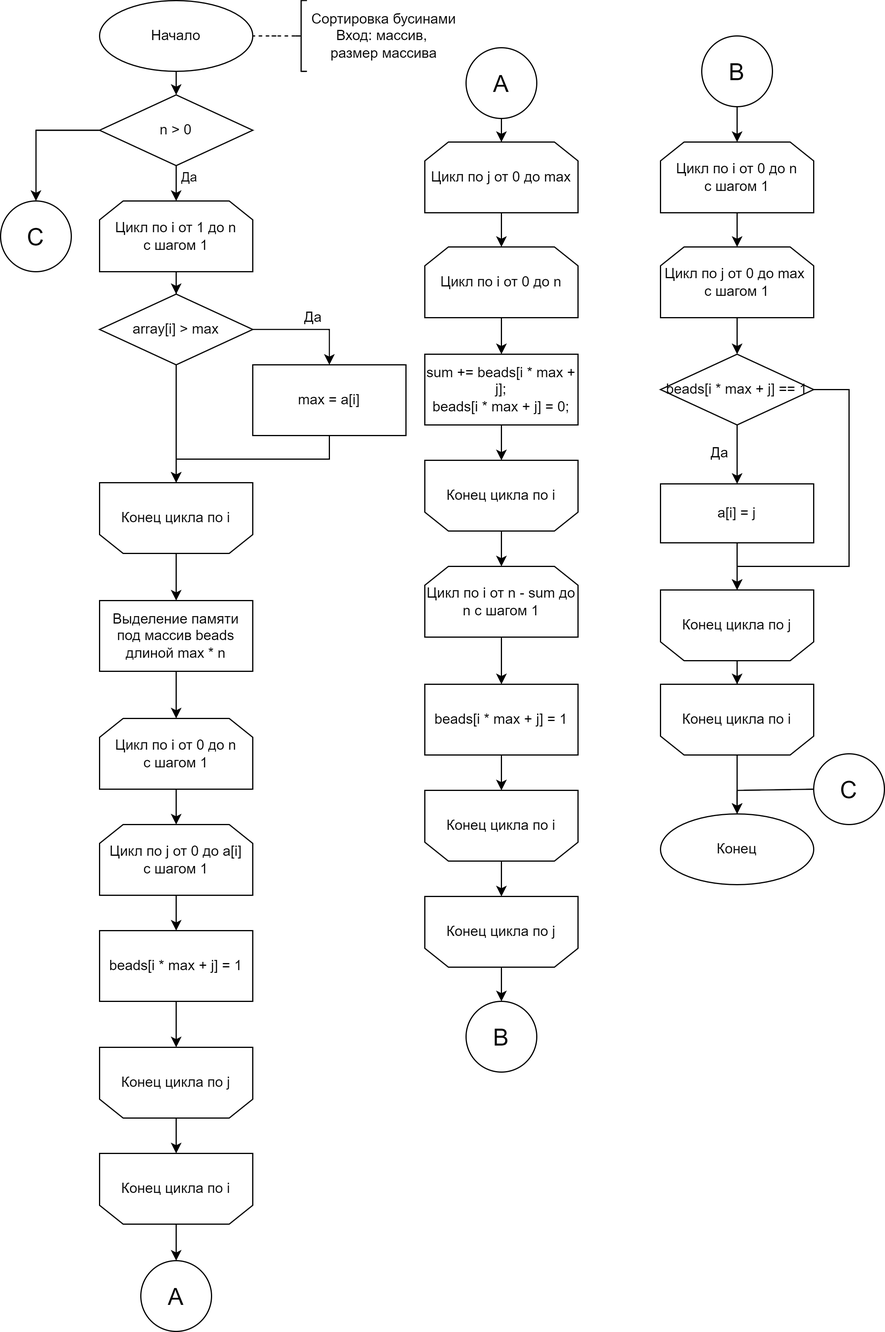
Above: lab_03/docs/img/bead.png in Mansurow/bmstu-iu7-5sem-AA (draw.io), before the change. Source tidied: cells renumbered, new cells last; positions are measured from the earlier drawing's top-left corner, leaving out a move shared by most shapes.
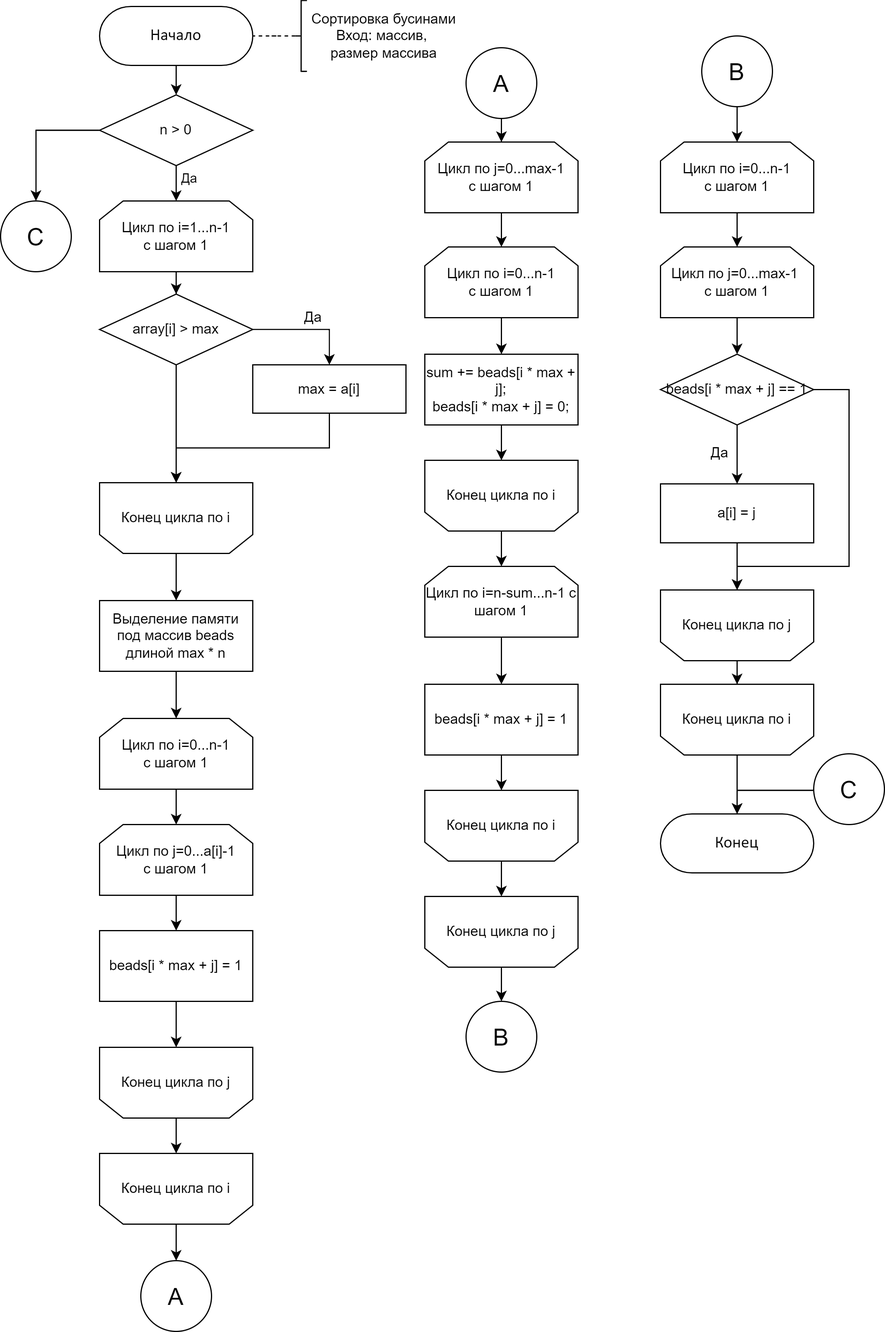
Later version of the same file.

What changed in the source:
```diff
@@ -2,19 +2,13 @@
   <root>
     <mxCell id="0" />
     <mxCell id="1" parent="0" />
-    <mxCell id="2" style="edgeStyle=orthogonalEdgeStyle;rounded=0;jettySize=auto;html=1;exitX=0.5;exitY=1;exitDx=0;exitDy=0;exitPerimeter=0;entryX=0.5;entryY=0;entryDx=0;entryDy=0;fontSize=20;" parent="1" edge="1" source="3" target="66">
+    <mxCell id="2" style="edgeStyle=orthogonalEdgeStyle;rounded=0;jettySize=auto;html=1;entryX=0.5;entryY=0;entryDx=0;entryDy=0;fontSize=20;" parent="1" edge="1" source="3" target="66">
       <mxGeometry relative="1" as="geometry" />
     </mxCell>
-    <mxCell id="3" value="Начало" style="strokeWidth=1;html=1;shape=mxgraph.flowchart.start_1;whiteSpace=wrap;" parent="1" vertex="1">
-      <mxGeometry x="84" width="130" height="60" as="geometry" />
-    </mxCell>
-    <mxCell id="4" value="Конец" style="strokeWidth=1;html=1;shape=mxgraph.flowchart.start_1;whiteSpace=wrap;" parent="1" vertex="1">
-      <mxGeometry x="560" y="690" width="130" height="60" as="geometry" />
-    </mxCell>
     <mxCell id="5" style="edgeStyle=orthogonalEdgeStyle;rounded=0;jettySize=auto;html=1;exitX=0.5;exitY=1;exitDx=0;exitDy=0;" parent="1" edge="1" source="6" target="12">
       <mxGeometry relative="1" as="geometry" />
     </mxCell>
-    <mxCell id="6" value="Цикл по i от 1 до n&lt;br&gt;с шагом 1" style="shape=loopLimit;whiteSpace=wrap;html=1;" parent="1" vertex="1">
+    <mxCell id="6" value="Цикл по i=1...n-1&lt;br&gt;с шагом 1" style="shape=loopLimit;whiteSpace=wrap;html=1;" parent="1" vertex="1">
       <mxGeometry x="84" y="170" width="130" height="60" as="geometry" />
     </mxCell>
     <mxCell id="7" style="edgeStyle=orthogonalEdgeStyle;rounded=0;jettySize=auto;html=1;exitX=0.5;exitY=1;exitDx=0;exitDy=0;entryX=0.5;entryY=0;entryDx=0;entryDy=0;" parent="1" edge="1" source="8" target="16">
@@ -41,7 +35,7 @@
       <mxGeometry relative="1" as="geometry" />
     </mxCell>
     <mxCell id="14" value="max = a[i]" style="rounded=0;whiteSpace=wrap;html=1;absoluteArcSize=1;arcSize=14;strokeWidth=1;" parent="1" vertex="1">
-      <mxGeometry x="214" y="309" width="130" height="60" as="geometry" />
+      <mxGeometry x="214" y="309" width="130" height="41" as="geometry" />
     </mxCell>
     <mxCell id="15" style="edgeStyle=orthogonalEdgeStyle;rounded=0;jettySize=auto;html=1;exitX=0.5;exitY=1;exitDx=0;exitDy=0;" parent="1" edge="1" source="16" target="18">
       <mxGeometry relative="1" as="geometry" />
@@ -52,13 +46,13 @@
     <mxCell id="17" style="edgeStyle=orthogonalEdgeStyle;rounded=0;jettySize=auto;html=1;exitX=0.5;exitY=1;exitDx=0;exitDy=0;" parent="1" edge="1" source="18" target="20">
       <mxGeometry relative="1" as="geometry" />
     </mxCell>
-    <mxCell id="18" value="Цикл по i от 0 до n&lt;br&gt;с шагом 1" style="shape=loopLimit;whiteSpace=wrap;html=1;" parent="1" vertex="1">
+    <mxCell id="18" value="Цикл по i=0...n-1&lt;br&gt;с шагом 1" style="shape=loopLimit;whiteSpace=wrap;html=1;" parent="1" vertex="1">
       <mxGeometry x="84" y="609" width="130" height="60" as="geometry" />
     </mxCell>
     <mxCell id="19" style="edgeStyle=orthogonalEdgeStyle;rounded=0;jettySize=auto;html=1;exitX=0.5;exitY=1;exitDx=0;exitDy=0;" parent="1" edge="1" source="20" target="26">
       <mxGeometry relative="1" as="geometry" />
     </mxCell>
-    <mxCell id="20" value="Цикл по j от 0 до a[i]&lt;br&gt;с шагом 1" style="shape=loopLimit;whiteSpace=wrap;html=1;" parent="1" vertex="1">
+    <mxCell id="20" value="Цикл по j=0...a[i]-1&lt;br&gt;с шагом 1" style="shape=loopLimit;whiteSpace=wrap;html=1;" parent="1" vertex="1">
       <mxGeometry x="84" y="699" width="130" height="60" as="geometry" />
     </mxCell>
     <mxCell id="21" style="edgeStyle=orthogonalEdgeStyle;rounded=0;jettySize=auto;html=1;exitX=0.5;exitY=1;exitDx=0;exitDy=0;" parent="1" edge="1" source="22" target="24">
@@ -82,7 +76,7 @@
     <mxCell id="27" style="edgeStyle=orthogonalEdgeStyle;rounded=0;jettySize=auto;html=1;exitX=0.5;exitY=1;exitDx=0;exitDy=0;entryX=0.5;entryY=0;entryDx=0;entryDy=0;" parent="1" edge="1" source="28" target="32">
       <mxGeometry relative="1" as="geometry" />
     </mxCell>
-    <mxCell id="28" value="Цикл по j от 0 до max" style="shape=loopLimit;whiteSpace=wrap;html=1;" parent="1" vertex="1">
+    <mxCell id="28" value="Цикл по j=0...max-1&lt;br&gt;с шагом 1" style="shape=loopLimit;whiteSpace=wrap;html=1;" parent="1" vertex="1">
       <mxGeometry x="360" y="120" width="130" height="60" as="geometry" />
     </mxCell>
     <mxCell id="29" style="edgeStyle=orthogonalEdgeStyle;rounded=0;jettySize=auto;html=1;exitX=0.5;exitY=1;exitDx=0;exitDy=0;fontSize=20;" parent="1" edge="1" source="30" target="60">
@@ -94,7 +88,7 @@
     <mxCell id="31" style="edgeStyle=orthogonalEdgeStyle;rounded=0;jettySize=auto;html=1;exitX=0.5;exitY=1;exitDx=0;exitDy=0;entryX=0.5;entryY=0;entryDx=0;entryDy=0;" parent="1" edge="1" source="32" target="42">
       <mxGeometry relative="1" as="geometry" />
     </mxCell>
-    <mxCell id="32" value="Цикл по i от 0 до n" style="shape=loopLimit;whiteSpace=wrap;html=1;" parent="1" vertex="1">
+    <mxCell id="32" value="Цикл по i=0...n-1&lt;br&gt;с шагом 1" style="shape=loopLimit;whiteSpace=wrap;html=1;" parent="1" vertex="1">
       <mxGeometry x="360" y="209" width="130" height="60" as="geometry" />
     </mxCell>
     <mxCell id="33" style="edgeStyle=orthogonalEdgeStyle;rounded=0;jettySize=auto;html=1;exitX=0.5;exitY=1;exitDx=0;exitDy=0;entryX=0.5;entryY=0;entryDx=0;entryDy=0;" parent="1" edge="1" source="34" target="36">
@@ -106,7 +100,7 @@
     <mxCell id="35" style="edgeStyle=orthogonalEdgeStyle;rounded=0;jettySize=auto;html=1;exitX=0.5;exitY=1;exitDx=0;exitDy=0;entryX=0.5;entryY=0;entryDx=0;entryDy=0;" parent="1" edge="1" source="36" target="40">
       <mxGeometry relative="1" as="geometry" />
     </mxCell>
-    <mxCell id="36" value="Цикл по i от n - sum до n с шагом 1" style="shape=loopLimit;whiteSpace=wrap;html=1;" parent="1" vertex="1">
+    <mxCell id="36" value="Цикл по i=n-sum...n-1 с шагом 1" style="shape=loopLimit;whiteSpace=wrap;html=1;" parent="1" vertex="1">
       <mxGeometry x="360" y="480" width="130" height="60" as="geometry" />
     </mxCell>
     <mxCell id="37" style="edgeStyle=orthogonalEdgeStyle;rounded=0;jettySize=auto;html=1;exitX=0.5;exitY=1;exitDx=0;exitDy=0;entryX=0.5;entryY=0;entryDx=0;entryDy=0;" parent="1" edge="1" source="38" target="30">
@@ -139,13 +133,13 @@
     <mxCell id="46" style="edgeStyle=orthogonalEdgeStyle;rounded=0;jettySize=auto;html=1;exitX=0.5;exitY=1;exitDx=0;exitDy=0;fontSize=20;" parent="1" edge="1" source="47" target="49">
       <mxGeometry relative="1" as="geometry" />
     </mxCell>
-    <mxCell id="47" value="Цикл по i от 0 до n&lt;br&gt;с шагом 1" style="shape=loopLimit;whiteSpace=wrap;html=1;" parent="1" vertex="1">
+    <mxCell id="47" value="Цикл по i=0...n-1&lt;br&gt;с шагом 1" style="shape=loopLimit;whiteSpace=wrap;html=1;" parent="1" vertex="1">
       <mxGeometry x="560" y="120" width="130" height="60" as="geometry" />
     </mxCell>
     <mxCell id="48" style="edgeStyle=orthogonalEdgeStyle;rounded=0;jettySize=auto;html=1;exitX=0.5;exitY=1;exitDx=0;exitDy=0;entryX=0.5;entryY=0;entryDx=0;entryDy=0;fontSize=20;" parent="1" edge="1" source="49" target="53">
       <mxGeometry relative="1" as="geometry" />
     </mxCell>
-    <mxCell id="49" value="Цикл по j от 0 до max&amp;nbsp;&lt;br&gt;с шагом 1" style="shape=loopLimit;whiteSpace=wrap;html=1;" parent="1" vertex="1">
+    <mxCell id="49" value="Цикл по j=0...max-1&amp;nbsp;&lt;br&gt;с шагом 1" style="shape=loopLimit;whiteSpace=wrap;html=1;" parent="1" vertex="1">
       <mxGeometry x="560" y="209" width="130" height="60" as="geometry" />
     </mxCell>
     <mxCell id="50" style="edgeStyle=orthogonalEdgeStyle;rounded=0;jettySize=auto;html=1;exitX=0.5;exitY=1;exitDx=0;exitDy=0;entryX=0.5;entryY=0;entryDx=0;entryDy=0;fontSize=20;" parent="1" edge="1" source="53" target="59">
@@ -174,7 +168,7 @@
     <mxCell id="55" value="Конец цикла по j" style="shape=loopLimit;whiteSpace=wrap;html=1;flipV=1;" parent="1" vertex="1">
       <mxGeometry x="560" y="500" width="130" height="60" as="geometry" />
     </mxCell>
-    <mxCell id="56" style="edgeStyle=orthogonalEdgeStyle;rounded=0;jettySize=auto;html=1;exitX=0.5;exitY=1;exitDx=0;exitDy=0;entryX=0.5;entryY=0;entryDx=0;entryDy=0;entryPerimeter=0;fontSize=20;" parent="1" edge="1" source="57" target="4">
+    <mxCell id="56" style="edgeStyle=orthogonalEdgeStyle;rounded=0;jettySize=auto;html=1;exitX=0.5;exitY=1;exitDx=0;exitDy=0;fontSize=20;" parent="1" edge="1" source="57" target="4">
       <mxGeometry relative="1" as="geometry" />
     </mxCell>
     <mxCell id="57" value="Конец цикла по i" style="shape=loopLimit;whiteSpace=wrap;html=1;flipV=1;" parent="1" vertex="1">
@@ -212,7 +206,7 @@
     <mxCell id="67" value="&lt;font style=&quot;font-size: 20px;&quot;&gt;С&lt;/font&gt;" style="ellipse;whiteSpace=wrap;html=1;" parent="1" vertex="1">
       <mxGeometry y="170" width="60" height="60" as="geometry" />
     </mxCell>
-    <mxCell id="68" style="edgeStyle=orthogonalEdgeStyle;rounded=0;jettySize=auto;html=1;entryX=0.5;entryY=0;entryDx=0;entryDy=0;entryPerimeter=0;fontSize=20;exitX=0;exitY=0.5;exitDx=0;exitDy=0;" parent="1" edge="1" source="69" target="4">
+    <mxCell id="68" style="edgeStyle=orthogonalEdgeStyle;rounded=0;jettySize=auto;html=1;fontSize=20;exitX=0;exitY=0.5;exitDx=0;exitDy=0;" parent="1" edge="1" source="69" target="4">
       <mxGeometry relative="1" as="geometry">
         <Array as="points">
           <mxPoint x="690" y="670" />
@@ -223,8 +217,10 @@
     <mxCell id="69" value="&lt;span style=&quot;font-size: 20px;&quot;&gt;С&lt;/span&gt;" style="ellipse;whiteSpace=wrap;html=1;" parent="1" vertex="1">
       <mxGeometry x="690" y="639" width="60" height="60" as="geometry" />
     </mxCell>
-    <mxCell id="70" style="edgeStyle=orthogonalEdgeStyle;rounded=0;jettySize=auto;html=1;entryX=1;entryY=0.5;entryDx=0;entryDy=0;entryPerimeter=0;fontSize=12;endArrow=none;endFill=0;strokeColor=default;dashed=1;" parent="1" edge="1" source="71" target="3">
-      <mxGeometry relative="1" as="geometry" />
+    <mxCell id="70" style="edgeStyle=orthogonalEdgeStyle;rounded=0;jettySize=auto;html=1;fontSize=12;endArrow=none;endFill=0;strokeColor=default;dashed=1;" parent="1" edge="1" target="3">
+      <mxGeometry relative="1" as="geometry">
+        <mxPoint x="250" y="30" as="sourcePoint" />
+      </mxGeometry>
     </mxCell>
     <mxCell id="71" style="strokeWidth=1;html=1;shape=mxgraph.flowchart.annotation_2;align=left;labelPosition=right;rounded=0;" parent="1" vertex="1">
       <mxGeometry x="250" width="10" height="60" as="geometry" />
@@ -232,5 +228,11 @@
     <mxCell id="72" value="Сортировка бусинами&lt;br&gt;Вход: массив, &lt;br&gt;размер массива" style="text;html=1;align=center;verticalAlign=middle;strokeColor=none;fillColor=none;" parent="1" vertex="1">
       <mxGeometry x="250" width="150" height="60" as="geometry" />
     </mxCell>
+    <mxCell id="4" value="&lt;div style=&quot;&quot;&gt;&lt;font face=&quot;Calibri&quot;&gt;&lt;span style=&quot;font-size: 14px;&quot;&gt;Конец&lt;/span&gt;&lt;/font&gt;&lt;/div&gt;" style="verticalAlign=middle;align=center;vsdxID=1;fillColor=#FFFFFF;gradientColor=none;shape=(stored shape, 240 characters);strokeColor=#000000;spacingTop=-1;spacingBottom=-1;spacingLeft=-1;spacingRight=-1;points=[[0.5,0,0],[0.5,0.5,0],[1,0.5,0]];labelBackgroundColor=none;rounded=0;html=1;whiteSpace=wrap;" parent="1" vertex="1">
+      <mxGeometry x="560" y="690" width="130" height="50" as="geometry" />
+    </mxCell>
+    <mxCell id="3" value="&lt;div style=&quot;&quot;&gt;&lt;font face=&quot;Calibri&quot;&gt;&lt;span style=&quot;font-size: 14px;&quot;&gt;Начало&lt;/span&gt;&lt;/font&gt;&lt;/div&gt;" style="verticalAlign=middle;align=center;vsdxID=1;fillColor=#FFFFFF;gradientColor=none;shape=(stored shape, 240 characters);strokeColor=#000000;spacingTop=-1;spacingBottom=-1;spacingLeft=-1;spacingRight=-1;points=[[0.5,0,0],[0.5,0.5,0],[1,0.5,0]];labelBackgroundColor=none;rounded=0;html=1;whiteSpace=wrap;" parent="1" vertex="1">
+      <mxGeometry x="84" y="5" width="130" height="50" as="geometry" />
+    </mxCell>
   </root>
 </mxGraphModel>
```
